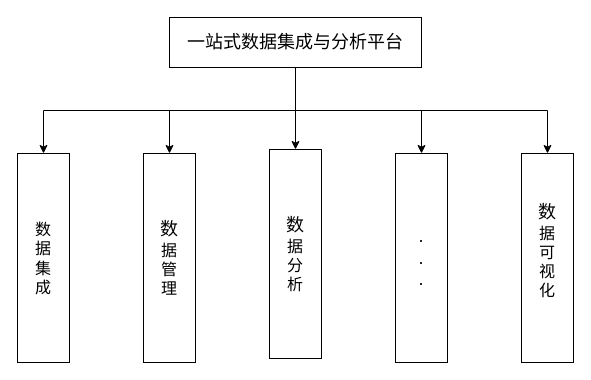
nianqingdeguowang/python keeps this draw.io diagram as 一站式.drawio. Above is the earlier version. Source tidied: cells renumbered, new cells numbered last; positions are measured from the earlier drawing's top-left corner, leaving out a move shared by most shapes. Both pictures are drawn from the tidied source at 100%, with x=0, y=0 at pixel (17, 17).
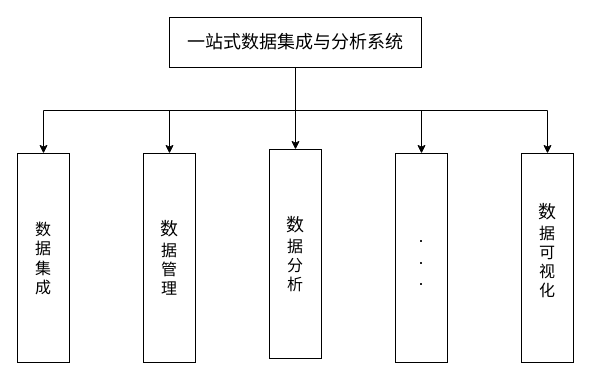
After the change.

Commit message:
更新一站式.drawio

The edit, as a diff of the source:
```diff
@@
 <mxGraphModel>
   <root>
     <mxCell id="0" />
     <mxCell id="1" parent="0" />
     <mxCell id="2" style="edgeStyle=orthogonalEdgeStyle;rounded=0;jettySize=auto;html=1;exitX=0.5;exitY=1;exitDx=0;exitDy=0;" parent="1" edge="1" source="7" target="8">
       <mxGeometry relative="1" as="geometry" />
     </mxCell>
     <mxCell id="3" style="edgeStyle=orthogonalEdgeStyle;rounded=0;jettySize=auto;html=1;exitX=0.5;exitY=1;exitDx=0;exitDy=0;entryX=0.5;entryY=0;entryDx=0;entryDy=0;" parent="1" edge="1" source="7" target="10">
       <mxGeometry relative="1" as="geometry" />
     </mxCell>
     <mxCell id="4" style="edgeStyle=orthogonalEdgeStyle;rounded=0;jettySize=auto;html=1;exitX=0.5;exitY=1;exitDx=0;exitDy=0;" parent="1" edge="1" source="7" target="9">
       <mxGeometry relative="1" as="geometry" />
     </mxCell>
     <mxCell id="5" style="edgeStyle=orthogonalEdgeStyle;rounded=0;jettySize=auto;html=1;exitX=0.5;exitY=1;exitDx=0;exitDy=0;entryX=0.5;entryY=0;entryDx=0;entryDy=0;" parent="1" edge="1" source="7" target="11">
       <mxGeometry relative="1" as="geometry" />
     </mxCell>
     <mxCell id="6" style="edgeStyle=orthogonalEdgeStyle;rounded=0;jettySize=auto;html=1;exitX=0.5;exitY=1;exitDx=0;exitDy=0;" parent="1" edge="1" source="7" target="12">
       <mxGeometry relative="1" as="geometry" />
     </mxCell>
-    <mxCell id="7" value="&lt;font style=&quot;font-size: 18px;&quot;&gt;一站式数据集成与分析平台&lt;/font&gt;" style="rounded=0;whiteSpace=wrap;html=1;" parent="1" vertex="1">
+    <mxCell id="7" value="&lt;font style=&quot;font-size: 18px;&quot;&gt;一站式数据集成与分析系统&lt;/font&gt;" style="rounded=0;whiteSpace=wrap;html=1;" parent="1" vertex="1">
       <mxGeometry x="152" width="252" height="50" as="geometry" />
     </mxCell>
     <mxCell id="8" value="&lt;font style=&quot;font-size: 16px;&quot;&gt;数&lt;br&gt;据&lt;br&gt;集&lt;br&gt;成&lt;/font&gt;" style="rounded=0;whiteSpace=wrap;html=1;" parent="1" vertex="1">
       <mxGeometry y="136" width="52" height="209" as="geometry" />
     </mxCell>
     <mxCell id="9" value="&lt;font style=&quot;&quot;&gt;&lt;span style=&quot;font-size: 18px;&quot;&gt;数&lt;/span&gt;&lt;br style=&quot;border-color: var(--border-color); font-size: 16px;&quot;&gt;&lt;span style=&quot;font-size: 16px;&quot;&gt;据&lt;/span&gt;&lt;br style=&quot;border-color: var(--border-color); font-size: 16px;&quot;&gt;&lt;span style=&quot;font-size: 16px;&quot;&gt;管&lt;/span&gt;&lt;br style=&quot;border-color: var(--border-color); font-size: 16px;&quot;&gt;&lt;span style=&quot;font-size: 16px;&quot;&gt;理&lt;/span&gt;&lt;br&gt;&lt;/font&gt;" style="rounded=0;whiteSpace=wrap;html=1;" parent="1" vertex="1">
       <mxGeometry x="126" y="136" width="52" height="209" as="geometry" />
     </mxCell>
     <mxCell id="10" value="&lt;font style=&quot;&quot;&gt;&lt;span style=&quot;font-size: 18px;&quot;&gt;数&lt;/span&gt;&lt;br style=&quot;border-color: var(--border-color); font-size: 16px;&quot;&gt;&lt;span style=&quot;font-size: 16px;&quot;&gt;据&lt;/span&gt;&lt;br style=&quot;border-color: var(--border-color); font-size: 16px;&quot;&gt;&lt;span style=&quot;font-size: 16px;&quot;&gt;分&lt;br&gt;析&lt;/span&gt;&lt;br&gt;&lt;/font&gt;" style="rounded=0;whiteSpace=wrap;html=1;" parent="1" vertex="1">
       <mxGeometry x="252" y="132" width="52" height="209" as="geometry" />
     </mxCell>
     <mxCell id="11" value="&lt;font style=&quot;font-size: 18px;&quot;&gt;.&lt;br&gt;.&lt;br&gt;.&lt;br&gt;&lt;/font&gt;" style="rounded=0;whiteSpace=wrap;html=1;" parent="1" vertex="1">
       <mxGeometry x="378" y="136" width="52" height="209" as="geometry" />
     </mxCell>
     <mxCell id="12" value="&lt;font style=&quot;&quot;&gt;&lt;span style=&quot;font-size: 18px;&quot;&gt;数&lt;/span&gt;&lt;br style=&quot;border-color: var(--border-color); font-size: 16px;&quot;&gt;&lt;span style=&quot;font-size: 16px;&quot;&gt;据&lt;/span&gt;&lt;br style=&quot;border-color: var(--border-color); font-size: 16px;&quot;&gt;&lt;span style=&quot;font-size: 16px;&quot;&gt;可&lt;br&gt;视&lt;br&gt;化&lt;/span&gt;&lt;br style=&quot;border-color: var(--border-color); font-size: 16px;&quot;&gt;&lt;br&gt;&lt;/font&gt;" style="rounded=0;whiteSpace=wrap;html=1;" parent="1" vertex="1">
       <mxGeometry x="504" y="136" width="52" height="209" as="geometry" />
     </mxCell>
   </root>
 </mxGraphModel>
```
